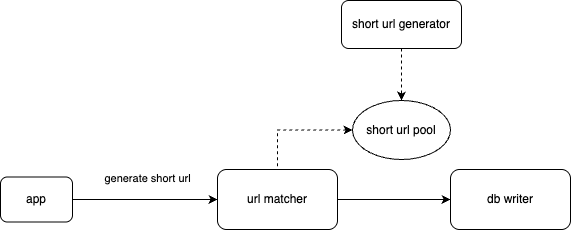
Above: pictures/generate.drawio.png in alikWu/system-design (draw.io), before the change. Source tidied: cells renumbered, new cells last; positions are measured from the earlier drawing's top-left corner, leaving out a move shared by most shapes. Source of this version:
```xml
<mxGraphModel>
  <root>
    <mxCell id="0" />
    <mxCell id="1" parent="0" />
    <mxCell id="2" value="db writer" style="rounded=1;whiteSpace=wrap;html=1;" parent="1" vertex="1">
      <mxGeometry x="450" y="169" width="120" height="60" as="geometry" />
    </mxCell>
    <mxCell id="3" style="edgeStyle=orthogonalEdgeStyle;rounded=0;jettySize=auto;html=1;exitX=0;exitY=0.5;exitDx=0;exitDy=0;entryX=0.5;entryY=0;entryDx=0;entryDy=0;dashed=1;startArrow=classic;startFill=1;endArrow=none;endFill=0;" parent="1" edge="1" source="4" target="6">
      <mxGeometry relative="1" as="geometry" />
    </mxCell>
    <mxCell id="4" value="short url pool" style="ellipse;whiteSpace=wrap;html=1;" parent="1" vertex="1">
      <mxGeometry x="352" y="100" width="98" height="59" as="geometry" />
    </mxCell>
    <mxCell id="5" style="edgeStyle=orthogonalEdgeStyle;rounded=0;jettySize=auto;html=1;exitX=1;exitY=0.5;exitDx=0;exitDy=0;entryX=0;entryY=0.5;entryDx=0;entryDy=0;" parent="1" edge="1" source="6" target="2">
      <mxGeometry relative="1" as="geometry" />
    </mxCell>
    <mxCell id="6" value="url matcher" style="rounded=1;whiteSpace=wrap;html=1;" parent="1" vertex="1">
      <mxGeometry x="217" y="169" width="120" height="60" as="geometry" />
    </mxCell>
    <mxCell id="7" style="edgeStyle=orthogonalEdgeStyle;rounded=0;jettySize=auto;html=1;exitX=0.5;exitY=1;exitDx=0;exitDy=0;entryX=0.5;entryY=0;entryDx=0;entryDy=0;dashed=1;" parent="1" edge="1" source="8" target="4">
      <mxGeometry relative="1" as="geometry" />
    </mxCell>
    <mxCell id="8" value="short url generator" style="rounded=1;whiteSpace=wrap;html=1;" parent="1" vertex="1">
      <mxGeometry x="341" width="120" height="48" as="geometry" />
    </mxCell>
    <mxCell id="9" style="edgeStyle=orthogonalEdgeStyle;rounded=0;jettySize=auto;html=1;exitX=1;exitY=0.5;exitDx=0;exitDy=0;entryX=0;entryY=0.5;entryDx=0;entryDy=0;" parent="1" edge="1" source="11" target="6">
      <mxGeometry relative="1" as="geometry" />
    </mxCell>
    <mxCell id="10" value="generate short url" style="edgeLabel;html=1;align=center;verticalAlign=middle;" parent="9" vertex="1">
      <mxGeometry x="-0.35" y="1" relative="1" as="geometry">
        <mxPoint x="27" y="-21" as="offset" />
      </mxGeometry>
    </mxCell>
    <mxCell id="11" value="app" style="rounded=1;whiteSpace=wrap;html=1;" parent="1" vertex="1">
      <mxGeometry y="176.5" width="72" height="45" as="geometry" />
    </mxCell>
  </root>
</mxGraphModel>
```
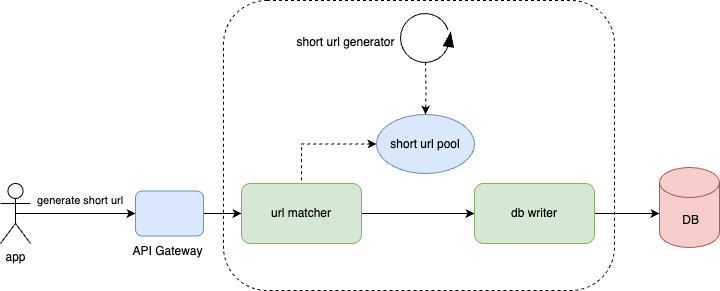
After the commit.

Commit message:
feat: complete archtecture for short url generator

Change to the diagram source:
```diff
@@ -2,37 +2,66 @@
   <root>
     <mxCell id="0" />
     <mxCell id="1" parent="0" />
+    <mxCell id="12" style="rounded=1;whiteSpace=wrap;html=1;dashed=1;" parent="1" vertex="1">
+      <mxGeometry x="199" y="-14" width="391" height="290" as="geometry" />
+    </mxCell>
+    <mxCell id="13" style="edgeStyle=orthogonalEdgeStyle;rounded=0;jettySize=auto;html=1;exitX=1;exitY=0.5;exitDx=0;exitDy=0;" parent="1" edge="1" source="2">
+      <mxGeometry relative="1" as="geometry">
+        <mxPoint x="635" y="199" as="targetPoint" />
+      </mxGeometry>
+    </mxCell>
-    <mxCell id="2" value="db writer" style="rounded=1;whiteSpace=wrap;html=1;" parent="1" vertex="1">
+    <mxCell id="2" value="db writer" style="rounded=1;whiteSpace=wrap;html=1;fillColor=#d5e8d4;strokeColor=#82b366;" parent="1" vertex="1">
       <mxGeometry x="450" y="169" width="120" height="60" as="geometry" />
     </mxCell>
     <mxCell id="3" style="edgeStyle=orthogonalEdgeStyle;rounded=0;jettySize=auto;html=1;exitX=0;exitY=0.5;exitDx=0;exitDy=0;entryX=0.5;entryY=0;entryDx=0;entryDy=0;dashed=1;startArrow=classic;startFill=1;endArrow=none;endFill=0;" parent="1" edge="1" source="4" target="6">
       <mxGeometry relative="1" as="geometry" />
     </mxCell>
-    <mxCell id="4" value="short url pool" style="ellipse;whiteSpace=wrap;html=1;" parent="1" vertex="1">
+    <mxCell id="4" value="short url pool" style="ellipse;whiteSpace=wrap;html=1;fillColor=#dae8fc;strokeColor=#6c8ebf;" parent="1" vertex="1">
       <mxGeometry x="352" y="100" width="98" height="59" as="geometry" />
     </mxCell>
     <mxCell id="5" style="edgeStyle=orthogonalEdgeStyle;rounded=0;jettySize=auto;html=1;exitX=1;exitY=0.5;exitDx=0;exitDy=0;entryX=0;entryY=0.5;entryDx=0;entryDy=0;" parent="1" edge="1" source="6" target="2">
       <mxGeometry relative="1" as="geometry" />
     </mxCell>
-    <mxCell id="6" value="url matcher" style="rounded=1;whiteSpace=wrap;html=1;" parent="1" vertex="1">
+    <mxCell id="6" value="url matcher" style="rounded=1;whiteSpace=wrap;html=1;fillColor=#d5e8d4;strokeColor=#82b366;" parent="1" vertex="1">
       <mxGeometry x="217" y="169" width="120" height="60" as="geometry" />
     </mxCell>
-    <mxCell id="7" style="edgeStyle=orthogonalEdgeStyle;rounded=0;jettySize=auto;html=1;exitX=0.5;exitY=1;exitDx=0;exitDy=0;entryX=0.5;entryY=0;entryDx=0;entryDy=0;dashed=1;" parent="1" edge="1" source="8" target="4">
-      <mxGeometry relative="1" as="geometry" />
+    <mxCell id="7" style="edgeStyle=orthogonalEdgeStyle;rounded=0;jettySize=auto;html=1;exitX=0.5;exitY=1;exitDx=0;exitDy=0;entryX=0.5;entryY=0;entryDx=0;entryDy=0;dashed=1;" parent="1" edge="1" target="4">
+      <mxGeometry relative="1" as="geometry">
+        <mxPoint x="401" y="48" as="sourcePoint" />
+      </mxGeometry>
     </mxCell>
+    <mxCell id="14" style="edgeStyle=orthogonalEdgeStyle;rounded=0;jettySize=auto;html=1;exitX=0.5;exitY=0.5;exitDx=0;exitDy=0;exitPerimeter=0;entryX=0;entryY=0.5;entryDx=0;entryDy=0;" parent="1" edge="1" source="11" target="19">
+      <mxGeometry relative="1" as="geometry" />
+    </mxCell>
+    <mxCell id="11" value="app" style="shape=umlActor;verticalLabelPosition=bottom;verticalAlign=top;html=1;outlineConnect=0;" parent="1" vertex="1">
+      <mxGeometry x="-24" y="169" width="30" height="60" as="geometry" />
+    </mxCell>
+    <mxCell id="15" value="&amp;nbsp;DB" style="shape=cylinder3;whiteSpace=wrap;html=1;boundedLbl=1;backgroundOutline=1;size=15;fillColor=#f8cecc;strokeColor=#b85450;" parent="1" vertex="1">
+      <mxGeometry x="635" y="153" width="60" height="80" as="geometry" />
+    </mxCell>
+    <mxCell id="16" style="verticalLabelPosition=bottom;verticalAlign=top;html=1;shape=mxgraph.basic.arc;startAngle=0.3;endAngle=0.19819572568319055;" parent="1" vertex="1">
+      <mxGeometry x="376" y="-1" width="49" height="49" as="geometry" />
+    </mxCell>
+    <mxCell id="17" style="shape=mxgraph.arrows2.wedgeArrow;html=1;startWidth=5;fillColor=strokeColor;defaultFillColor=invert;defaultGradientColor=invert;rounded=0;" parent="1" edge="1">
+      <mxGeometry relative="1" as="geometry">
+        <mxPoint x="424" y="32" as="sourcePoint" />
+        <mxPoint x="426" y="18" as="targetPoint" />
+      </mxGeometry>
+    </mxCell>
-    <mxCell id="8" value="short url generator" style="rounded=1;whiteSpace=wrap;html=1;" parent="1" vertex="1">
-      <mxGeometry x="341" width="120" height="48" as="geometry" />
+    <mxCell id="8" value="short url generator" style="text;html=1;align=center;verticalAlign=middle;whiteSpace=wrap;rounded=0;" parent="1" vertex="1">
+      <mxGeometry x="260" y="13" width="123" height="30" as="geometry" />
     </mxCell>
-    <mxCell id="9" style="edgeStyle=orthogonalEdgeStyle;rounded=0;jettySize=auto;html=1;exitX=1;exitY=0.5;exitDx=0;exitDy=0;entryX=0;entryY=0.5;entryDx=0;entryDy=0;" parent="1" edge="1" source="11" target="6">
-      <mxGeometry relative="1" as="geometry" />
-    </mxCell>
+    <mxCell id="18" style="edgeStyle=orthogonalEdgeStyle;rounded=0;jettySize=auto;html=1;exitX=1;exitY=0.5;exitDx=0;exitDy=0;" parent="1" edge="1" source="19" target="6">
+      <mxGeometry relative="1" as="geometry" />
+    </mxCell>
+    <mxCell id="19" style="rounded=1;whiteSpace=wrap;html=1;fillColor=#dae8fc;strokeColor=#6c8ebf;" parent="1" vertex="1">
+      <mxGeometry x="111" y="176.5" width="68" height="45" as="geometry" />
+    </mxCell>
-    <mxCell id="10" value="generate short url" style="edgeLabel;html=1;align=center;verticalAlign=middle;" parent="9" vertex="1">
-      <mxGeometry x="-0.35" y="1" relative="1" as="geometry">
-        <mxPoint x="27" y="-21" as="offset" />
-      </mxGeometry>
+    <mxCell id="10" value="&lt;span style=&quot;font-size: 11px; text-wrap: nowrap; background-color: rgb(255, 255, 255);&quot;&gt;generate short url&lt;/span&gt;" style="text;html=1;align=center;verticalAlign=middle;whiteSpace=wrap;rounded=0;" parent="1" vertex="1">
+      <mxGeometry x="26" y="171" width="60" height="30" as="geometry" />
     </mxCell>
-    <mxCell id="11" value="app" style="rounded=1;whiteSpace=wrap;html=1;" parent="1" vertex="1">
-      <mxGeometry y="176.5" width="72" height="45" as="geometry" />
-    </mxCell>
+    <mxCell id="20" value="API Gateway" style="text;html=1;align=center;verticalAlign=middle;whiteSpace=wrap;rounded=0;" parent="1" vertex="1">
+      <mxGeometry x="101" y="221.5" width="85" height="30" as="geometry" />
+    </mxCell>
   </root>
 </mxGraphModel>
```
